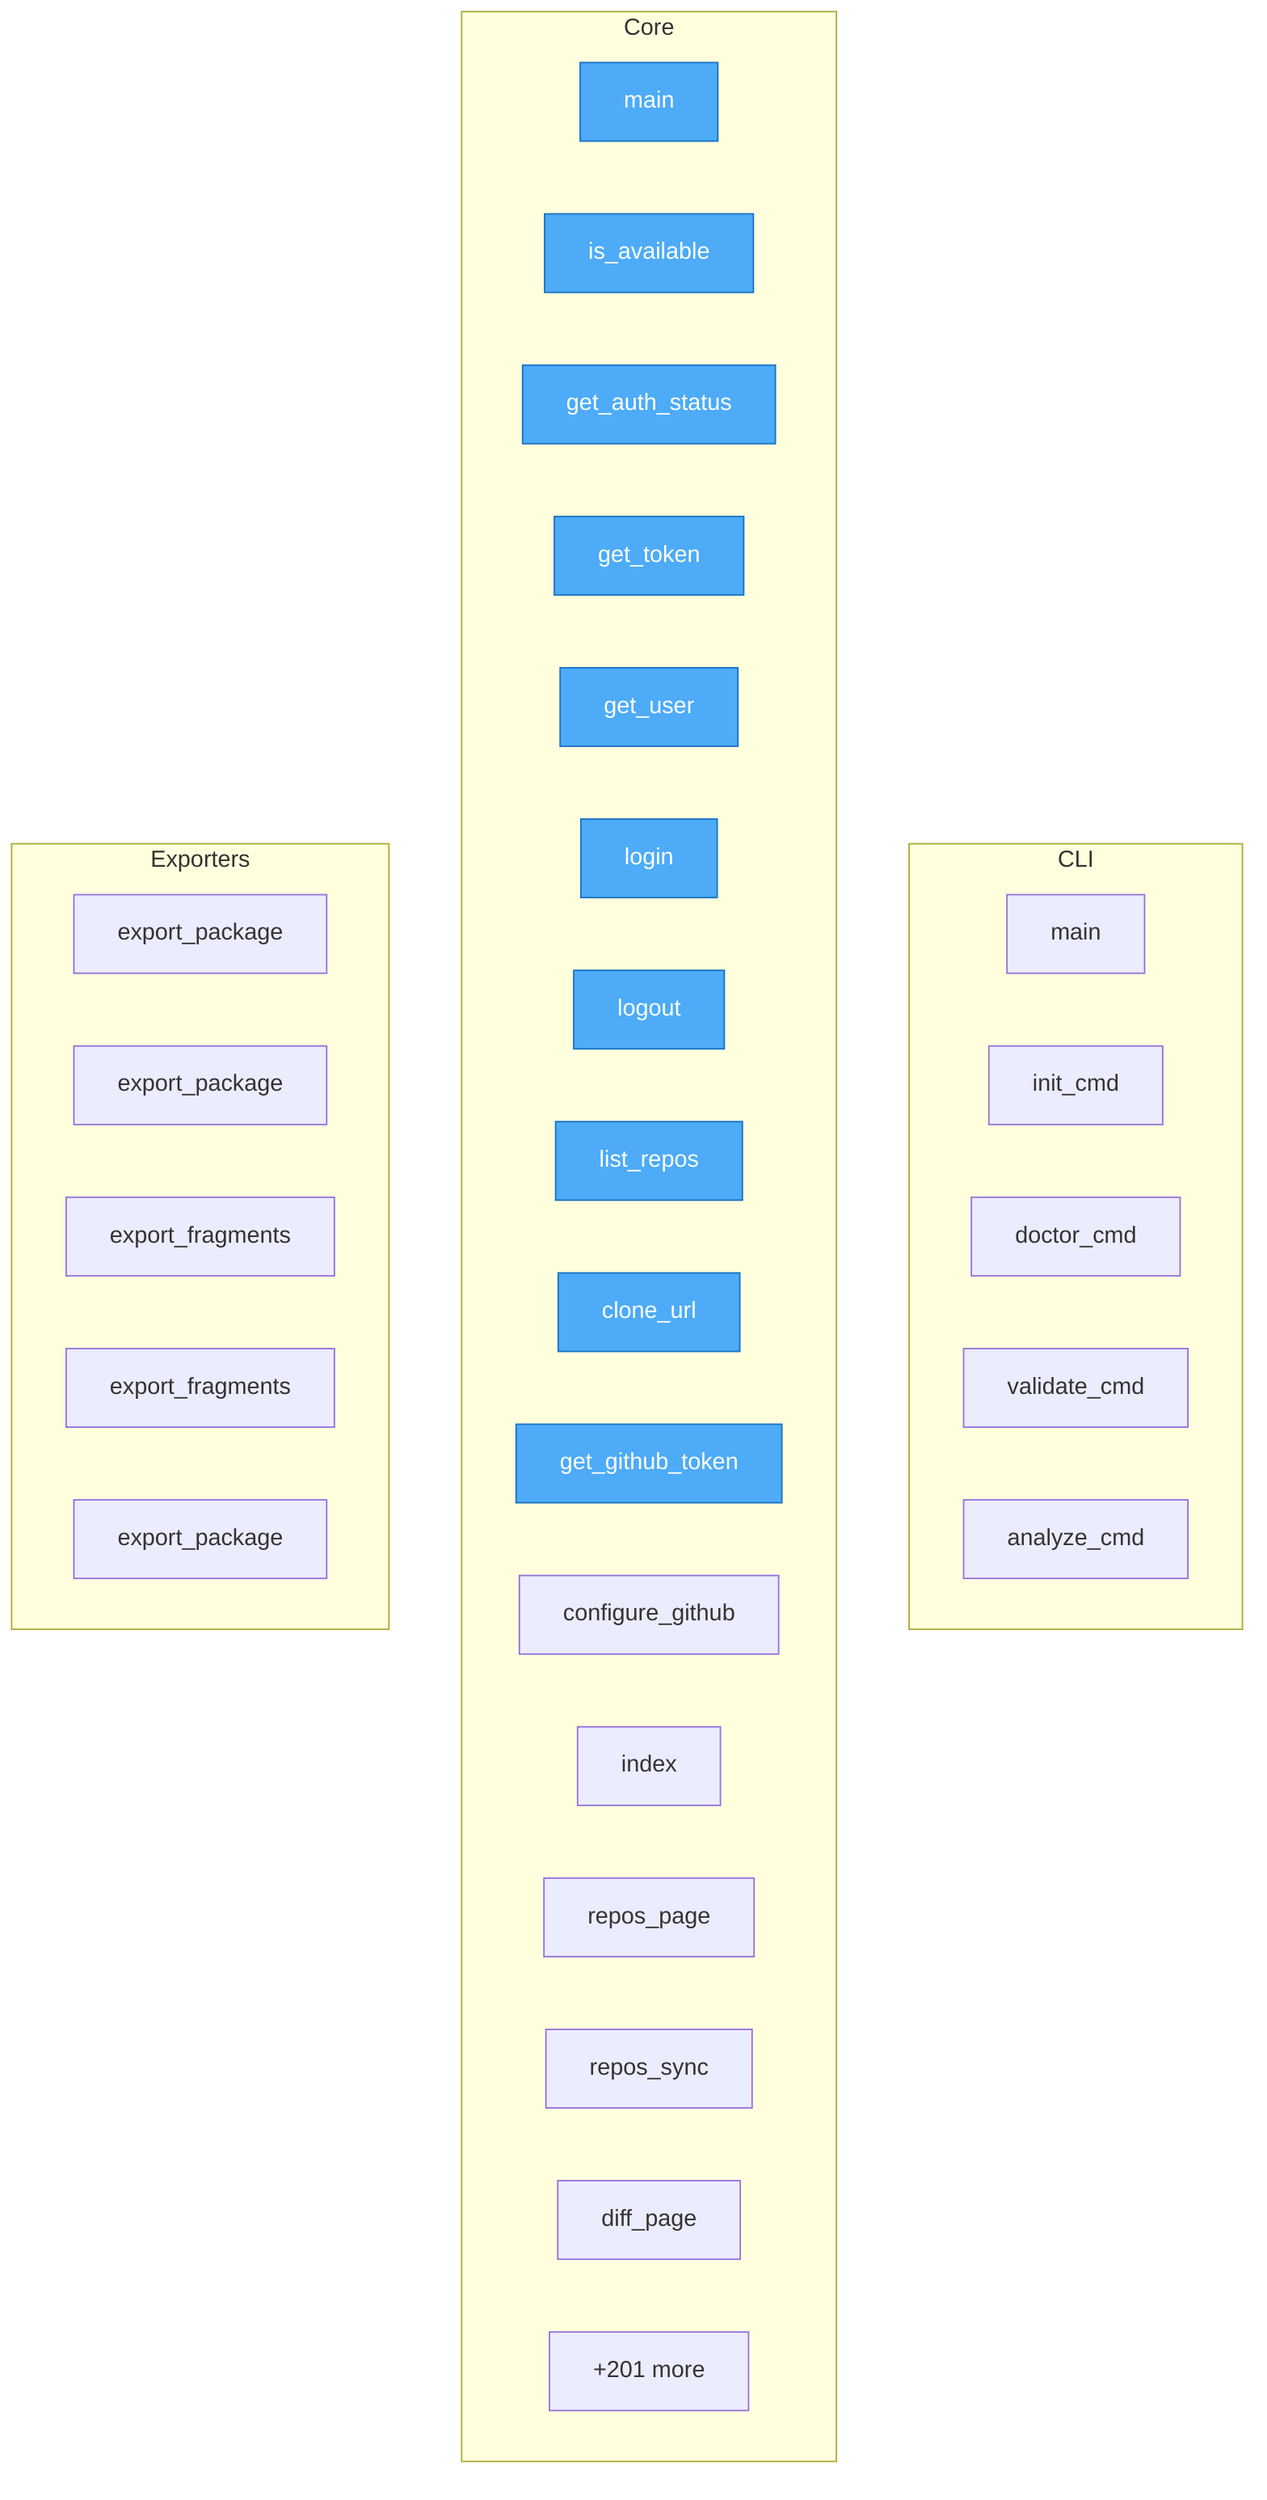
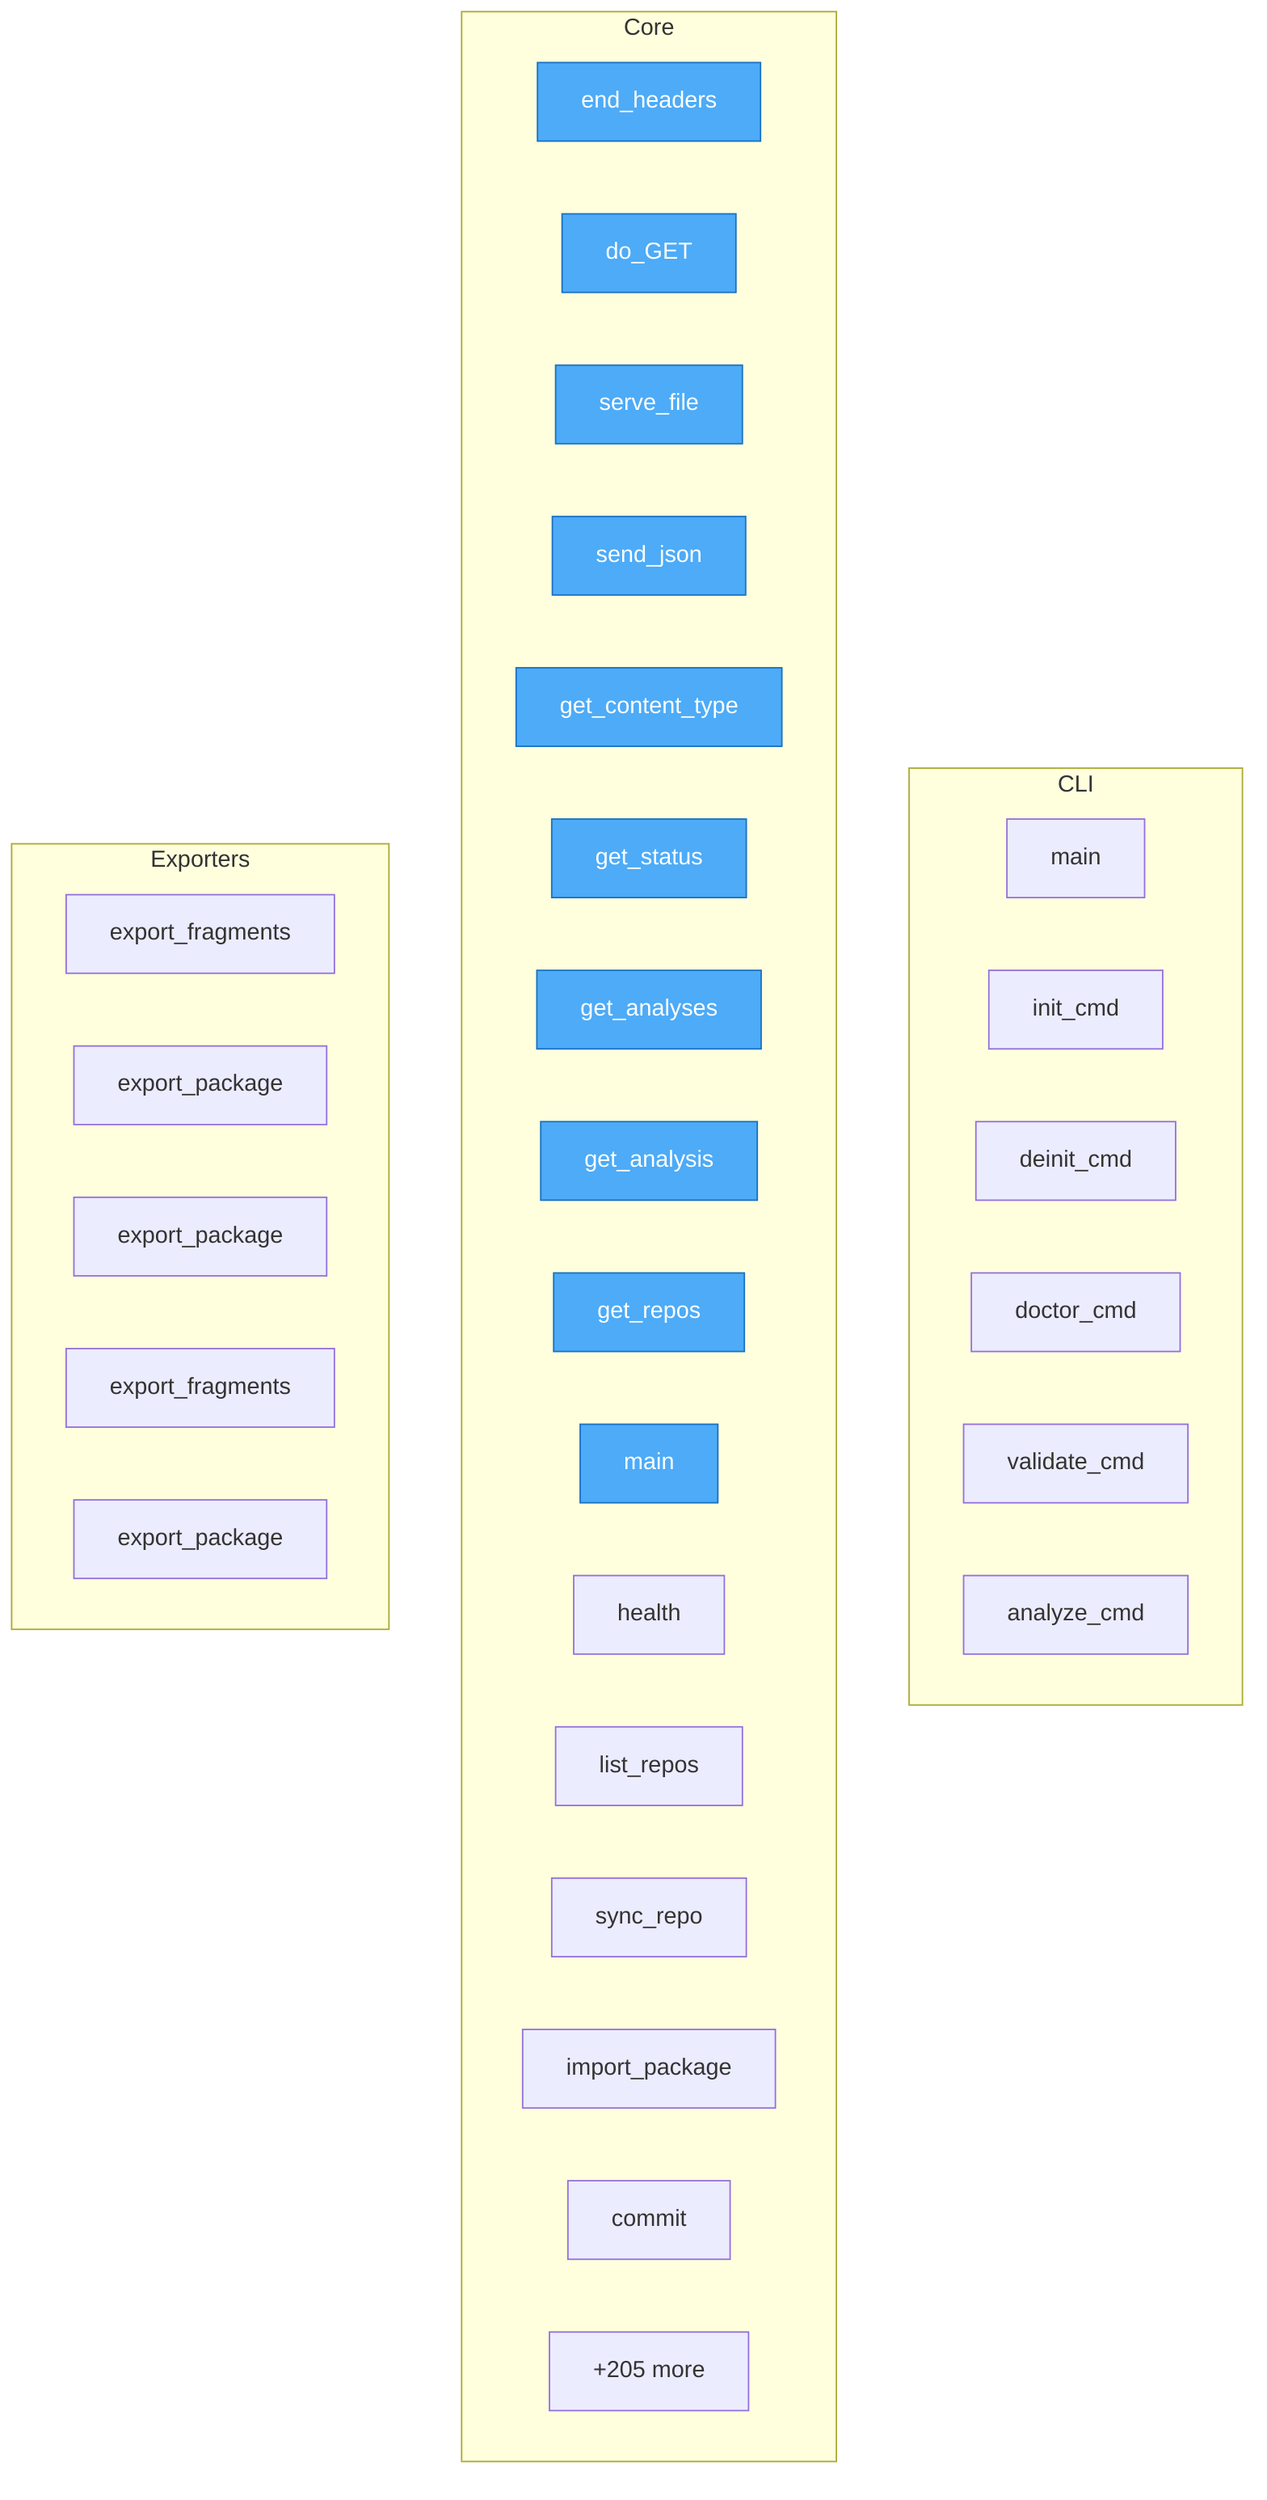
flowchart TD
%% generated in 0.01s

    %% Entry points (blue)
    classDef entry fill:#4dabf7,stroke:#1971c2,color:#fff

    subgraph CLI
        semcod_mcp__cli__main["main"]
        semcod_mcp__cli__init_cmd["init_cmd"]
+         semcod_mcp__cli__deinit_cmd["deinit_cmd"]
        semcod_mcp__cli__doctor_cmd["doctor_cmd"]
        semcod_mcp__cli__validate_cmd["validate_cmd"]
        semcod_mcp__cli__analyze_cmd["analyze_cmd"]
    end

    subgraph Core
-         mcp_gateway__worker__main["main"]
-         env2mcp__env2mcp__github_cli__GitHubCLI__is_available["is_available"]
-         env2mcp__env2mcp__github_cli__GitHubCLI__get_auth_status["get_auth_status"]
-         env2mcp__env2mcp__github_cli__GitHubCLI__get_token["get_token"]
-         env2mcp__env2mcp__github_cli__GitHubCLI__get_user["get_user"]
-         env2mcp__env2mcp__github_cli__GitHubCLI__login["login"]
-         env2mcp__env2mcp__github_cli__GitHubCLI__logout["logout"]
-         env2mcp__env2mcp__github_cli__GitHubCLI__list_repos["list_repos"]
-         env2mcp__env2mcp__github_cli__GitHubCLI__clone_url["clone_url"]
-         env2mcp__env2mcp__github_cli__get_github_token["get_github_token"]
-         env2mcp__env2mcp__github_cli__configure_github["configure_github"]
-         mcp_webui__server__index["index"]
-         mcp_webui__server__repos_page["repos_page"]
-         mcp_webui__server__repos_sync["repos_sync"]
-         mcp_webui__server__diff_page["diff_page"]
-         ...["+201 more"]
+         dashboard__server__DashboardHandler__end_headers["end_headers"]
+         dashboard__server__DashboardHandler__do_GET["do_GET"]
+         dashboard__server__DashboardHandler__serve_file["serve_file"]
+         dashboard__server__DashboardHandler__send_json["send_json"]
+         dashboard__server__DashboardHandler__get_content_type["get_content_type"]
+         dashboard__server__DashboardHandler__get_status["get_status"]
+         dashboard__server__DashboardHandler__get_analyses["get_analyses"]
+         dashboard__server__DashboardHandler__get_analysis["get_analysis"]
+         dashboard__server__DashboardHandler__get_repos["get_repos"]
+         dashboard__server__main["main"]
+         mcp_git_proxy__server__health["health"]
+         mcp_git_proxy__server__list_repos["list_repos"]
+         mcp_git_proxy__server__sync_repo["sync_repo"]
+         mcp_git_proxy__server__import_package["import_package"]
+         mcp_git_proxy__server__commit["commit"]
+         ...["+205 more"]
    end

    subgraph Exporters
-         git2mcp__git2mcp__client__Git2MCPClient__export_package["export_package"]
+         mcp_git_proxy__server__export_fragments["export_fragments"]
+         mcp_git_proxy__server__export_package["export_package"]
        git2mcp__git2mcp__proxy__GitProxyManager__export_package["export_package"]
        git2mcp__git2mcp__proxy__GitProxyManager__export_fragments["export_fragments"]
-         mcp_git_proxy__server__export_fragments["export_fragments"]
-         mcp_git_proxy__server__export_package["export_package"]
+         git2mcp__git2mcp__client__Git2MCPClient__export_package["export_package"]
    end

-     class mcp_gateway__worker__main,env2mcp__env2mcp__github_cli__GitHubCLI__is_available,env2mcp__env2mcp__github_cli__GitHubCLI__get_auth_status,env2mcp__env2mcp__github_cli__GitHubCLI__get_token,env2mcp__env2mcp__github_cli__GitHubCLI__get_user,env2mcp__env2mcp__github_cli__GitHubCLI__login,env2mcp__env2mcp__github_cli__GitHubCLI__logout,env2mcp__env2mcp__github_cli__GitHubCLI__list_repos,env2mcp__env2mcp__github_cli__GitHubCLI__clone_url,env2mcp__env2mcp__github_cli__get_github_token entry
+     class dashboard__server__DashboardHandler__end_headers,dashboard__server__DashboardHandler__do_GET,dashboard__server__DashboardHandler__serve_file,dashboard__server__DashboardHandler__send_json,dashboard__server__DashboardHandler__get_content_type,dashboard__server__DashboardHandler__get_status,dashboard__server__DashboardHandler__get_analyses,dashboard__server__DashboardHandler__get_analysis,dashboard__server__DashboardHandler__get_repos,dashboard__server__main entry
